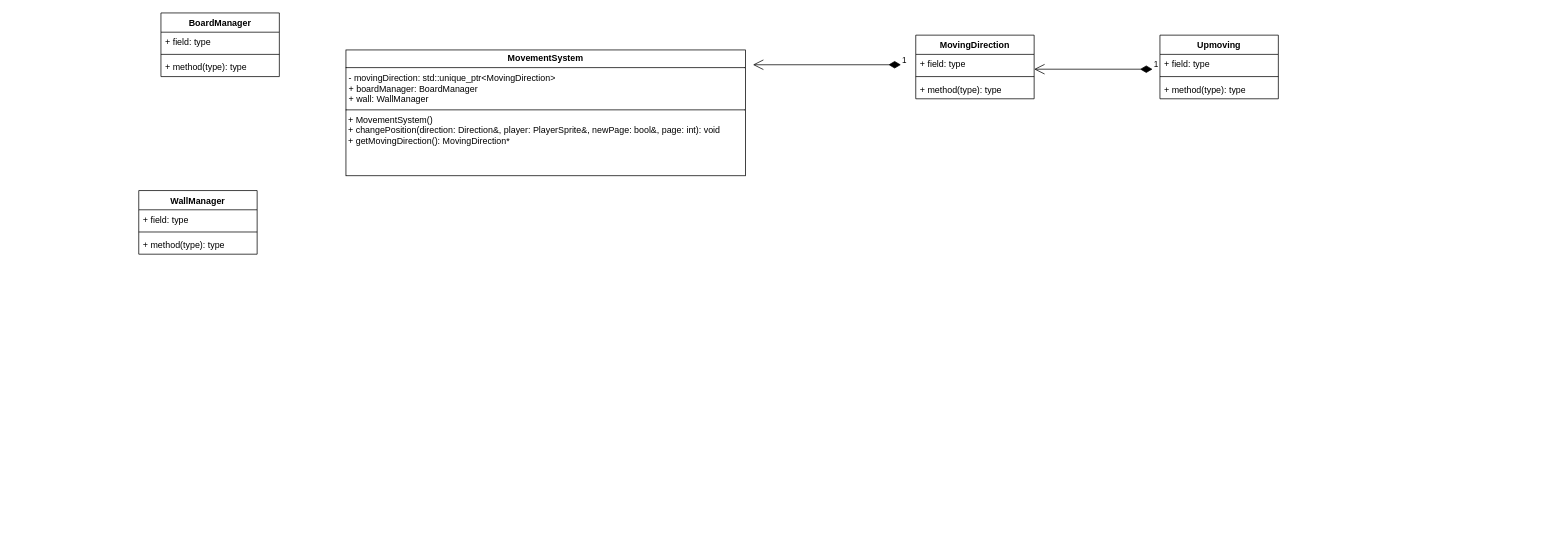
Bird120/FlightToHFT keeps this draw.io diagram as page "Movement System" (5 of 6) of Diagramme sans nom.drawio. Above is the earlier version. Source tidied: cells renumbered, new cells numbered last; positions are measured from the earlier drawing's top-left corner, leaving out a move shared by most shapes. Both pictures are drawn from the tidied source at 74%, with x=0, y=0 at pixel (138, 13).
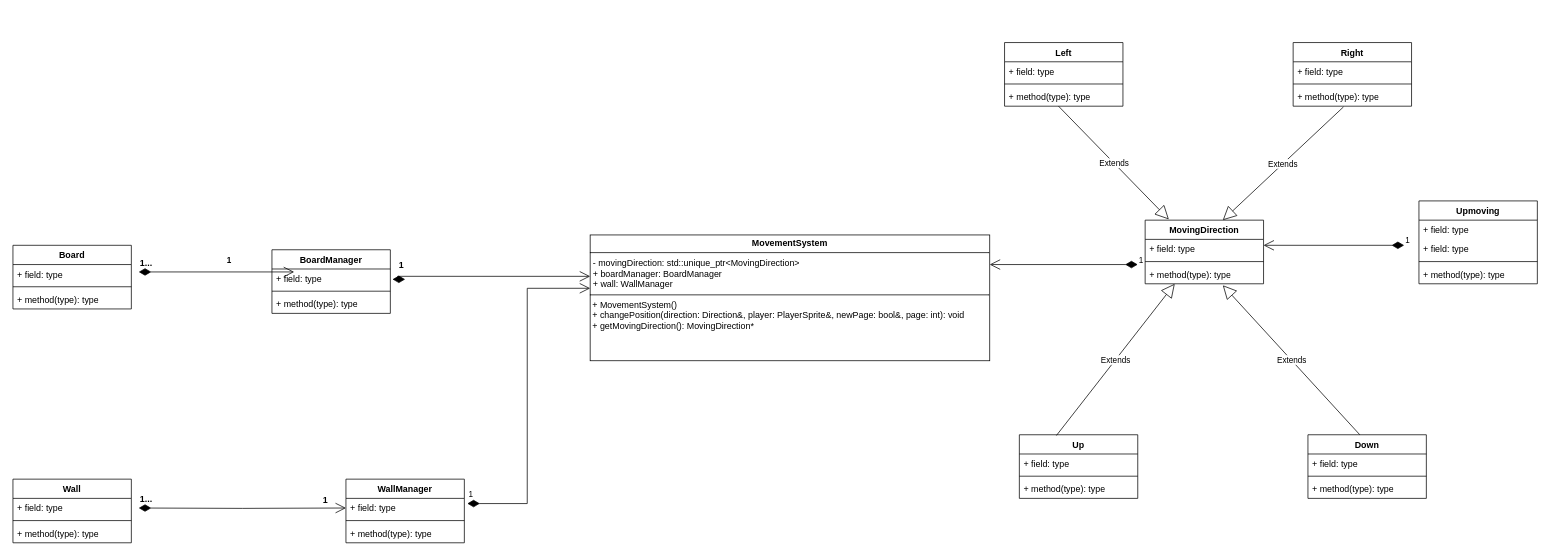
The same diagram, later.

Unchanged cells that the change refers to:
```xml
<mxCell id="8" value="+ field: type" style="text;strokeColor=none;fillColor=none;align=left;verticalAlign=top;spacingLeft=4;spacingRight=4;overflow=hidden;points=[[0,0.5],[1,0.5]];portConstraint=eastwest;whiteSpace=wrap;html=1;" parent="7" vertex="1">
  <mxGeometry y="26" width="160" height="26" as="geometry" />
</mxCell>
<mxCell id="14" value="+ method(type): type" style="text;strokeColor=none;fillColor=none;align=left;verticalAlign=top;spacingLeft=4;spacingRight=4;overflow=hidden;points=[[0,0.5],[1,0.5]];portConstraint=eastwest;whiteSpace=wrap;html=1;" parent="11" vertex="1">
  <mxGeometry y="60" width="160" height="26" as="geometry" />
</mxCell>
```

Change to the diagram source:
```diff
@@
     <mxCell id="2" value="BoardManager" style="swimlane;fontStyle=1;align=center;verticalAlign=top;horizontal=1;startSize=26;whiteSpace=wrap;html=1;" parent="1" vertex="1">
-      <mxGeometry x="30" width="160" height="86" as="geometry" />
+      <mxGeometry x="180" y="320" width="160" height="86" as="geometry" />
     </mxCell>
@@
     <mxCell id="6" value="&lt;p style=&quot;margin:0px;margin-top:4px;text-align:center;&quot;&gt;&lt;b&gt;MovementSystem&lt;/b&gt;&lt;/p&gt;&lt;hr size=&quot;1&quot; style=&quot;border-style:solid;&quot;&gt;&lt;p style=&quot;margin:0px;margin-left:4px;&quot;&gt;- movingDirection: std::unique_ptr&amp;lt;MovingDirection&amp;gt;&amp;nbsp;&lt;br&gt;+ boardManager: BoardManager&lt;br&gt;+ wall: WallManager&lt;/p&gt;&lt;hr size=&quot;1&quot; style=&quot;border-style:solid;&quot;&gt;&amp;nbsp;+ MovementSystem()&lt;br&gt;&amp;nbsp;+ changePosition(direction: Direction&amp;amp;, player: PlayerSprite&amp;amp;, newPage: bool&amp;amp;, page: int): void&amp;nbsp;&lt;br&gt;&amp;nbsp;+ getMovingDirection(): MovingDirection*&amp;nbsp; &amp;nbsp;" style="verticalAlign=top;align=left;overflow=fill;html=1;whiteSpace=wrap;" parent="1" vertex="1">
-      <mxGeometry x="280" y="50" width="540" height="170" as="geometry" />
+      <mxGeometry x="610" y="300" width="540" height="170" as="geometry" />
     </mxCell>
     <mxCell id="7" value="WallManager" style="swimlane;fontStyle=1;align=center;verticalAlign=top;horizontal=1;startSize=26;whiteSpace=wrap;html=1;" parent="1" vertex="1">
-      <mxGeometry y="240" width="160" height="86" as="geometry" />
+      <mxGeometry x="280" y="630" width="160" height="86" as="geometry" />
     </mxCell>
@@
     <mxCell id="11" value="MovingDirection" style="swimlane;fontStyle=1;align=center;verticalAlign=top;horizontal=1;startSize=26;whiteSpace=wrap;html=1;" parent="1" vertex="1">
-      <mxGeometry x="1050" y="30" width="160" height="86" as="geometry" />
+      <mxGeometry x="1360" y="280" width="160" height="86" as="geometry" />
     </mxCell>
@@
     <mxCell id="15" value="Upmoving" style="swimlane;fontStyle=1;align=center;verticalAlign=top;horizontal=1;startSize=26;whiteSpace=wrap;html=1;" parent="1" vertex="1">
-      <mxGeometry x="1380" y="30" width="160" height="86" as="geometry" />
+      <mxGeometry x="1730" y="254" width="160" height="112" as="geometry" />
     </mxCell>
+    <mxCell id="21" value="+ field: type" style="text;strokeColor=none;fillColor=none;align=left;verticalAlign=top;spacingLeft=4;spacingRight=4;overflow=hidden;whiteSpace=wrap;html=1;" parent="15" vertex="1">
+      <mxGeometry y="26" width="160" height="26" as="geometry" />
+    </mxCell>
     <mxCell id="16" value="+ field: type" style="text;strokeColor=none;fillColor=none;align=left;verticalAlign=top;spacingLeft=4;spacingRight=4;overflow=hidden;whiteSpace=wrap;html=1;" parent="15" vertex="1">
-      <mxGeometry y="26" width="160" height="26" as="geometry" />
+      <mxGeometry y="52" width="160" height="26" as="geometry" />
     </mxCell>
     <mxCell id="17" style="line;strokeWidth=1;fillColor=none;align=left;verticalAlign=middle;spacingTop=-1;spacingLeft=3;spacingRight=3;labelPosition=right;strokeColor=inherit;" parent="15" vertex="1">
-      <mxGeometry y="52" width="160" height="8" as="geometry" />
+      <mxGeometry y="78" width="160" height="8" as="geometry" />
     </mxCell>
     <mxCell id="18" value="+ method(type): type" style="text;strokeColor=none;fillColor=none;align=left;verticalAlign=top;spacingLeft=4;spacingRight=4;overflow=hidden;whiteSpace=wrap;html=1;" parent="15" vertex="1">
-      <mxGeometry y="60" width="160" height="26" as="geometry" />
+      <mxGeometry y="86" width="160" height="26" as="geometry" />
     </mxCell>
     <mxCell id="19" value="1" style="endArrow=open;html=1;endSize=12;startArrow=diamondThin;startSize=14;startFill=1;edgeStyle=orthogonalEdgeStyle;align=left;verticalAlign=bottom;rounded=0;" parent="1" edge="1">
       <mxGeometry x="-1" y="3" relative="1" as="geometry">
-        <mxPoint x="1370" y="76" as="sourcePoint" />
-        <mxPoint x="1210" y="76" as="targetPoint" />
+        <mxPoint x="1710" y="314" as="sourcePoint" />
+        <mxPoint x="1520" y="314" as="targetPoint" />
       </mxGeometry>
     </mxCell>
     <mxCell id="20" value="1" style="endArrow=open;html=1;endSize=12;startArrow=diamondThin;startSize=14;startFill=1;edgeStyle=orthogonalEdgeStyle;align=left;verticalAlign=bottom;rounded=0;" parent="1" edge="1">
       <mxGeometry x="-1" y="3" relative="1" as="geometry">
-        <mxPoint x="1030" y="70" as="sourcePoint" />
-        <mxPoint x="830" y="70" as="targetPoint" />
+        <mxPoint x="1350" y="340" as="sourcePoint" />
+        <mxPoint x="1150" y="340" as="targetPoint" />
       </mxGeometry>
     </mxCell>
+    <mxCell id="22" value="Board" style="swimlane;fontStyle=1;align=center;verticalAlign=top;horizontal=1;startSize=26;whiteSpace=wrap;html=1;" parent="1" vertex="1">
+      <mxGeometry x="-170" y="314" width="160" height="86" as="geometry" />
+    </mxCell>
+    <mxCell id="23" value="+ field: type" style="text;strokeColor=none;fillColor=none;align=left;verticalAlign=top;spacingLeft=4;spacingRight=4;overflow=hidden;whiteSpace=wrap;html=1;" parent="22" vertex="1">
+      <mxGeometry y="26" width="160" height="26" as="geometry" />
+    </mxCell>
+    <mxCell id="24" style="line;strokeWidth=1;fillColor=none;align=left;verticalAlign=middle;spacingTop=-1;spacingLeft=3;spacingRight=3;labelPosition=right;strokeColor=inherit;" parent="22" vertex="1">
+      <mxGeometry y="52" width="160" height="8" as="geometry" />
+    </mxCell>
+    <mxCell id="25" value="+ method(type): type" style="text;strokeColor=none;fillColor=none;align=left;verticalAlign=top;spacingLeft=4;spacingRight=4;overflow=hidden;whiteSpace=wrap;html=1;" parent="22" vertex="1">
+      <mxGeometry y="60" width="160" height="26" as="geometry" />
+    </mxCell>
+    <mxCell id="26" value="&lt;b&gt;&lt;font style=&quot;font-size: 12px;&quot;&gt;1&lt;/font&gt;&lt;/b&gt;" style="endArrow=open;html=1;endSize=12;startArrow=diamondThin;startSize=14;startFill=1;edgeStyle=orthogonalEdgeStyle;align=left;verticalAlign=bottom;rounded=0;entryX=0;entryY=0.329;entryDx=0;entryDy=0;entryPerimeter=0;" parent="1" edge="1" target="6">
+      <mxGeometry x="-0.9" y="6" relative="1" as="geometry">
+        <mxPoint x="360" y="360" as="sourcePoint" />
+        <Array as="points">
+          <mxPoint x="350" y="360" />
+          <mxPoint x="350" y="356" />
+        </Array>
+      </mxGeometry>
+    </mxCell>
+    <mxCell id="27" value="&lt;b&gt;&lt;font style=&quot;font-size: 12px;&quot;&gt;1...&lt;/font&gt;&lt;/b&gt;" style="endArrow=open;html=1;endSize=12;startArrow=diamondThin;startSize=14;startFill=1;edgeStyle=orthogonalEdgeStyle;align=left;verticalAlign=bottom;rounded=0;" parent="1" edge="1">
+      <mxGeometry x="-1" y="3" relative="1" as="geometry">
+        <mxPoint y="350" as="sourcePoint" />
+        <mxPoint x="210" y="350" as="targetPoint" />
+      </mxGeometry>
+    </mxCell>
+    <mxCell id="28" value="&lt;b&gt;1&lt;/b&gt;" style="edgeLabel;html=1;align=center;verticalAlign=middle;" parent="27" vertex="1">
+      <mxGeometry x="-0.98" y="19" relative="1" as="geometry">
+        <mxPoint x="119" y="3" as="offset" />
+      </mxGeometry>
+    </mxCell>
+    <mxCell id="29" value="Wall" style="swimlane;fontStyle=1;align=center;verticalAlign=top;horizontal=1;startSize=26;whiteSpace=wrap;html=1;" parent="1" vertex="1">
+      <mxGeometry x="-170" y="630" width="160" height="86" as="geometry" />
+    </mxCell>
+    <mxCell id="30" value="+ field: type" style="text;strokeColor=none;fillColor=none;align=left;verticalAlign=top;spacingLeft=4;spacingRight=4;overflow=hidden;whiteSpace=wrap;html=1;" parent="29" vertex="1">
+      <mxGeometry y="26" width="160" height="26" as="geometry" />
+    </mxCell>
+    <mxCell id="31" style="line;strokeWidth=1;fillColor=none;align=left;verticalAlign=middle;spacingTop=-1;spacingLeft=3;spacingRight=3;labelPosition=right;strokeColor=inherit;" parent="29" vertex="1">
+      <mxGeometry y="52" width="160" height="8" as="geometry" />
+    </mxCell>
+    <mxCell id="32" value="+ method(type): type" style="text;strokeColor=none;fillColor=none;align=left;verticalAlign=top;spacingLeft=4;spacingRight=4;overflow=hidden;whiteSpace=wrap;html=1;" parent="29" vertex="1">
+      <mxGeometry y="60" width="160" height="26" as="geometry" />
+    </mxCell>
+    <mxCell id="33" value="&lt;b&gt;&lt;font style=&quot;font-size: 12px;&quot;&gt;1...&lt;/font&gt;&lt;/b&gt;" style="endArrow=open;html=1;endSize=12;startArrow=diamondThin;startSize=14;startFill=1;edgeStyle=orthogonalEdgeStyle;align=left;verticalAlign=bottom;rounded=0;entryX=0;entryY=0.5;entryDx=0;entryDy=0;" parent="1" edge="1" target="8">
+      <mxGeometry x="-1" y="3" relative="1" as="geometry">
+        <mxPoint y="669" as="sourcePoint" />
+      </mxGeometry>
+    </mxCell>
+    <mxCell id="34" value="&lt;b&gt;&lt;font style=&quot;font-size: 12px;&quot;&gt;1&lt;/font&gt;&lt;/b&gt;" style="edgeLabel;html=1;align=center;verticalAlign=middle;" parent="33" vertex="1">
+      <mxGeometry x="0.9" y="2" relative="1" as="geometry">
+        <mxPoint x="-14" y="-9" as="offset" />
+      </mxGeometry>
+    </mxCell>
+    <mxCell id="35" value="1" style="endArrow=open;html=1;endSize=12;startArrow=diamondThin;startSize=14;startFill=1;edgeStyle=orthogonalEdgeStyle;align=left;verticalAlign=bottom;rounded=0;entryX=0;entryY=0.424;entryDx=0;entryDy=0;entryPerimeter=0;exitX=1.025;exitY=0.269;exitDx=0;exitDy=0;exitPerimeter=0;" parent="1" edge="1" source="8" target="6">
+      <mxGeometry x="-1" y="3" relative="1" as="geometry" />
+    </mxCell>
+    <mxCell id="36" value="Left" style="swimlane;fontStyle=1;align=center;verticalAlign=top;horizontal=1;startSize=26;whiteSpace=wrap;html=1;" parent="1" vertex="1">
+      <mxGeometry x="1170" y="40" width="160" height="86" as="geometry" />
+    </mxCell>
+    <mxCell id="37" value="+ field: type" style="text;strokeColor=none;fillColor=none;align=left;verticalAlign=top;spacingLeft=4;spacingRight=4;overflow=hidden;whiteSpace=wrap;html=1;" parent="36" vertex="1">
+      <mxGeometry y="26" width="160" height="26" as="geometry" />
+    </mxCell>
+    <mxCell id="38" style="line;strokeWidth=1;fillColor=none;align=left;verticalAlign=middle;spacingTop=-1;spacingLeft=3;spacingRight=3;labelPosition=right;strokeColor=inherit;" parent="36" vertex="1">
+      <mxGeometry y="52" width="160" height="8" as="geometry" />
+    </mxCell>
+    <mxCell id="39" value="+ method(type): type" style="text;strokeColor=none;fillColor=none;align=left;verticalAlign=top;spacingLeft=4;spacingRight=4;overflow=hidden;points=[[0,0.5],[1,0.5]];portConstraint=eastwest;whiteSpace=wrap;html=1;" parent="36" vertex="1">
+      <mxGeometry y="60" width="160" height="26" as="geometry" />
+    </mxCell>
+    <mxCell id="40" value="Right" style="swimlane;fontStyle=1;align=center;verticalAlign=top;horizontal=1;startSize=26;whiteSpace=wrap;html=1;" parent="1" vertex="1">
+      <mxGeometry x="1560" y="40" width="160" height="86" as="geometry" />
+    </mxCell>
+    <mxCell id="41" value="+ field: type" style="text;strokeColor=none;fillColor=none;align=left;verticalAlign=top;spacingLeft=4;spacingRight=4;overflow=hidden;whiteSpace=wrap;html=1;" parent="40" vertex="1">
+      <mxGeometry y="26" width="160" height="26" as="geometry" />
+    </mxCell>
+    <mxCell id="42" style="line;strokeWidth=1;fillColor=none;align=left;verticalAlign=middle;spacingTop=-1;spacingLeft=3;spacingRight=3;labelPosition=right;strokeColor=inherit;" parent="40" vertex="1">
+      <mxGeometry y="52" width="160" height="8" as="geometry" />
+    </mxCell>
+    <mxCell id="43" value="+ method(type): type" style="text;strokeColor=none;fillColor=none;align=left;verticalAlign=top;spacingLeft=4;spacingRight=4;overflow=hidden;points=[[0,0.5],[1,0.5]];portConstraint=eastwest;whiteSpace=wrap;html=1;" parent="40" vertex="1">
+      <mxGeometry y="60" width="160" height="26" as="geometry" />
+    </mxCell>
+    <mxCell id="44" value="Up" style="swimlane;fontStyle=1;align=center;verticalAlign=top;horizontal=1;startSize=26;whiteSpace=wrap;html=1;" parent="1" vertex="1">
+      <mxGeometry x="1190" y="570" width="160" height="86" as="geometry" />
+    </mxCell>
+    <mxCell id="45" value="+ field: type" style="text;strokeColor=none;fillColor=none;align=left;verticalAlign=top;spacingLeft=4;spacingRight=4;overflow=hidden;whiteSpace=wrap;html=1;" parent="44" vertex="1">
+      <mxGeometry y="26" width="160" height="26" as="geometry" />
+    </mxCell>
+    <mxCell id="46" style="line;strokeWidth=1;fillColor=none;align=left;verticalAlign=middle;spacingTop=-1;spacingLeft=3;spacingRight=3;labelPosition=right;strokeColor=inherit;" parent="44" vertex="1">
+      <mxGeometry y="52" width="160" height="8" as="geometry" />
+    </mxCell>
+    <mxCell id="47" value="+ method(type): type" style="text;strokeColor=none;fillColor=none;align=left;verticalAlign=top;spacingLeft=4;spacingRight=4;overflow=hidden;whiteSpace=wrap;html=1;" parent="44" vertex="1">
+      <mxGeometry y="60" width="160" height="26" as="geometry" />
+    </mxCell>
+    <mxCell id="48" value="Down" style="swimlane;fontStyle=1;align=center;verticalAlign=top;horizontal=1;startSize=26;whiteSpace=wrap;html=1;" parent="1" vertex="1">
+      <mxGeometry x="1580" y="570" width="160" height="86" as="geometry" />
+    </mxCell>
+    <mxCell id="49" value="+ field: type" style="text;strokeColor=none;fillColor=none;align=left;verticalAlign=top;spacingLeft=4;spacingRight=4;overflow=hidden;whiteSpace=wrap;html=1;" parent="48" vertex="1">
+      <mxGeometry y="26" width="160" height="26" as="geometry" />
+    </mxCell>
+    <mxCell id="50" style="line;strokeWidth=1;fillColor=none;align=left;verticalAlign=middle;spacingTop=-1;spacingLeft=3;spacingRight=3;labelPosition=right;strokeColor=inherit;" parent="48" vertex="1">
+      <mxGeometry y="52" width="160" height="8" as="geometry" />
+    </mxCell>
+    <mxCell id="51" value="+ method(type): type" style="text;strokeColor=none;fillColor=none;align=left;verticalAlign=top;spacingLeft=4;spacingRight=4;overflow=hidden;whiteSpace=wrap;html=1;" parent="48" vertex="1">
+      <mxGeometry y="60" width="160" height="26" as="geometry" />
+    </mxCell>
+    <mxCell id="52" value="Extends" style="endArrow=block;endSize=16;endFill=0;html=1;rounded=0;exitX=0.456;exitY=1;exitDx=0;exitDy=0;exitPerimeter=0;entryX=0.2;entryY=-0.012;entryDx=0;entryDy=0;entryPerimeter=0;" parent="1" edge="1" source="39" target="11">
+      <mxGeometry relative="1" as="geometry" />
+    </mxCell>
+    <mxCell id="53" value="Extends" style="endArrow=block;endSize=16;endFill=0;html=1;rounded=0;entryX=0.656;entryY=0;entryDx=0;entryDy=0;entryPerimeter=0;exitX=0.425;exitY=1.038;exitDx=0;exitDy=0;exitPerimeter=0;" parent="1" edge="1" source="43" target="11">
+      <mxGeometry relative="1" as="geometry" />
+    </mxCell>
+    <mxCell id="54" value="Extends" style="endArrow=block;endSize=16;endFill=0;html=1;rounded=0;exitX=0.313;exitY=0.012;exitDx=0;exitDy=0;exitPerimeter=0;entryX=0.25;entryY=1;entryDx=0;entryDy=0;" parent="1" edge="1" source="44" target="11">
+      <mxGeometry relative="1" as="geometry" />
+    </mxCell>
+    <mxCell id="55" value="Extends" style="endArrow=block;endSize=16;endFill=0;html=1;rounded=0;exitX=0.438;exitY=0;exitDx=0;exitDy=0;exitPerimeter=0;entryX=0.656;entryY=1.077;entryDx=0;entryDy=0;entryPerimeter=0;" parent="1" edge="1" source="48" target="14">
+      <mxGeometry relative="1" as="geometry" />
+    </mxCell>
```
